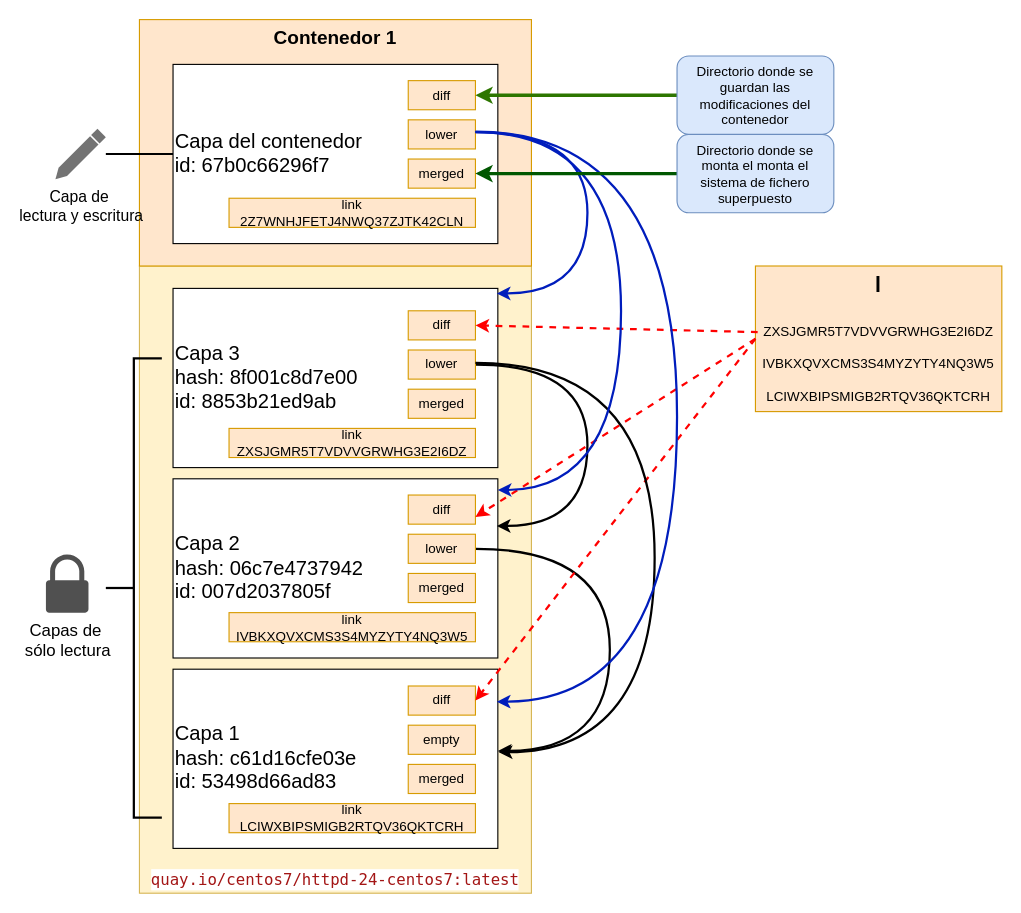
josedom24/curso_podman_ow keeps this draw.io diagram as contenido/modulo3/img/container2.drawio. Above is the earlier version. Source tidied: cells renumbered, new cells numbered last; positions are measured from the earlier drawing's top-left corner, leaving out a move shared by most shapes. Both pictures are drawn from the tidied source at 112%, with x=0, y=0 at pixel (45, 19).
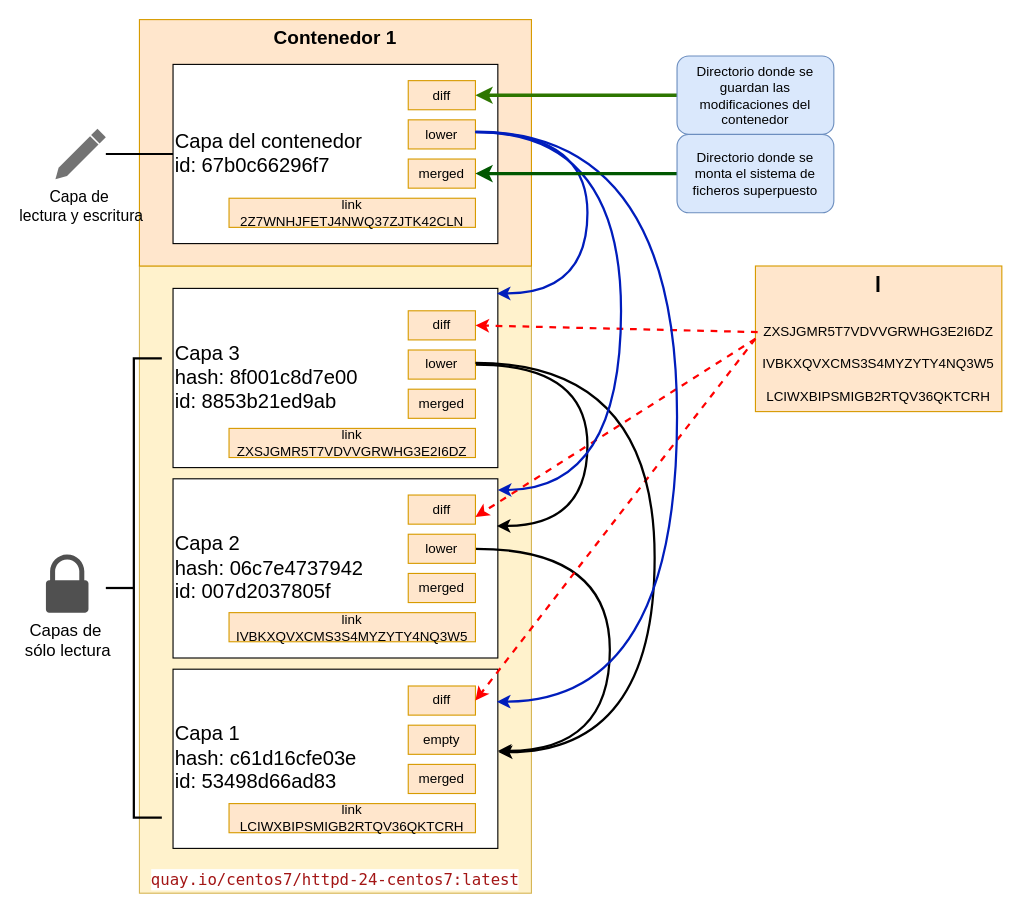
After the change.

The edit, as a diff of the source:
```diff
@@
-    <mxCell id="35" value="Directorio donde se monta el monta el sistema de fichero superpuesto" style="text;strokeColor=#6c8ebf;align=center;fillColor=#dae8fc;html=1;verticalAlign=middle;whiteSpace=wrap;rounded=1;gradientColor=none;labelBackgroundColor=none;labelBorderColor=none;textShadow=0;shadow=0;glass=0;" parent="1" vertex="1">
+    <mxCell id="35" value="Directorio donde se monta el sistema de ficheros superpuesto" style="text;strokeColor=#6c8ebf;align=center;fillColor=#dae8fc;html=1;verticalAlign=middle;whiteSpace=wrap;rounded=1;gradientColor=none;labelBackgroundColor=none;labelBorderColor=none;textShadow=0;shadow=0;glass=0;" parent="1" vertex="1">
       <mxGeometry x="564" y="102.5" width="140" height="70" as="geometry" />
     </mxCell>
```
